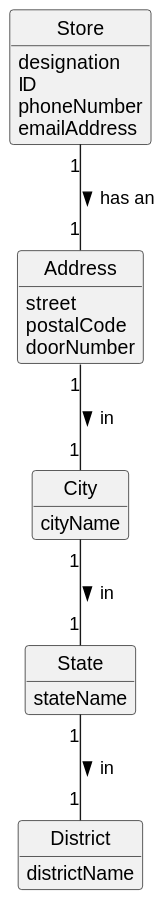
Above: docs/sprintC/us005/02.analysis/svg/us005-domain-model.svg in 1220812/LAPR2 (PlantUML), before the change. Source of this version:
```plantuml
@startuml
skinparam monochrome true
skinparam packageStyle rectangle
skinparam shadowing false


skinparam classAttributeIconSize 0

hide circle
hide methods

class Store {
    designation
    ID
    phoneNumber
    emailAddress
}

class State {
    stateName
}

class District {
    districtName
}

class City {
    cityName
}

class Address {
    street
    postalCode
    doorNumber
}

Address "1" -- "1" City : in >
City "1" -- "1" State : in >
State "1" -- "1" District : in >
Store "1" -- "1" Address : has an >
@enduml
```
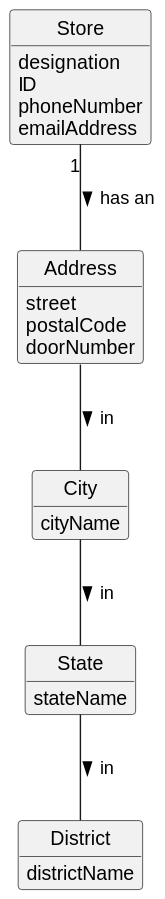
The same file after the commit.

Commit message:
Corrected mistakes in class diagram and domain model from us5

Change to the diagram source:
```diff
@@ -34,8 +34,8 @@
     doorNumber
 }
 
-Address "1" -- "1" City : in >
-City "1" -- "1" State : in >
-State "1" -- "1" District : in >
-Store "1" -- "1" Address : has an >
+Address -- City : in >
+City --  State : in >
+State  --  District : in >
+Store "1" --  Address : has an >
 @enduml
```
